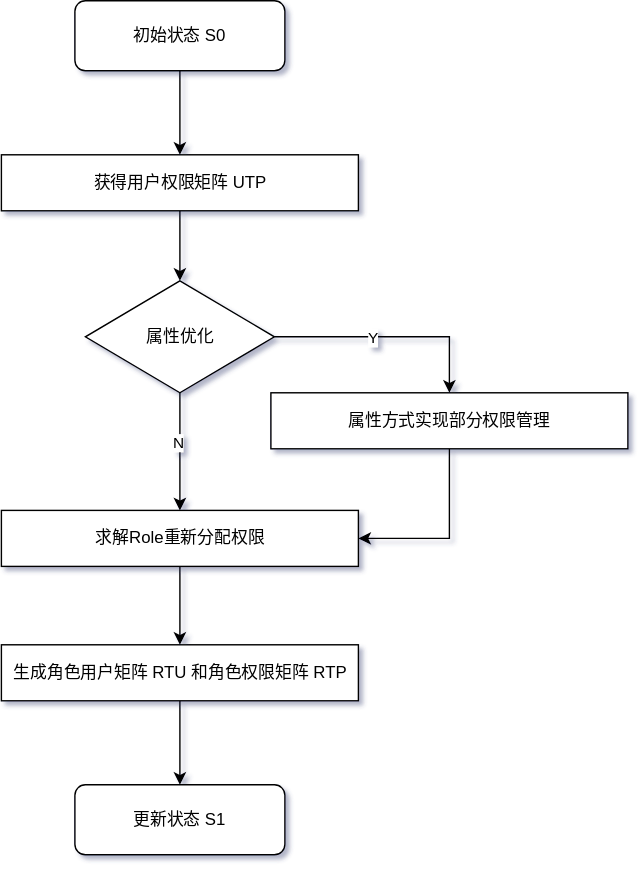
Above: 权限自适应优化.svg in Zr-2021/draw.io_folder (draw.io), before the change. Source tidied: cells renumbered, new cells last; positions are measured from the earlier drawing's top-left corner, leaving out a move shared by most shapes.
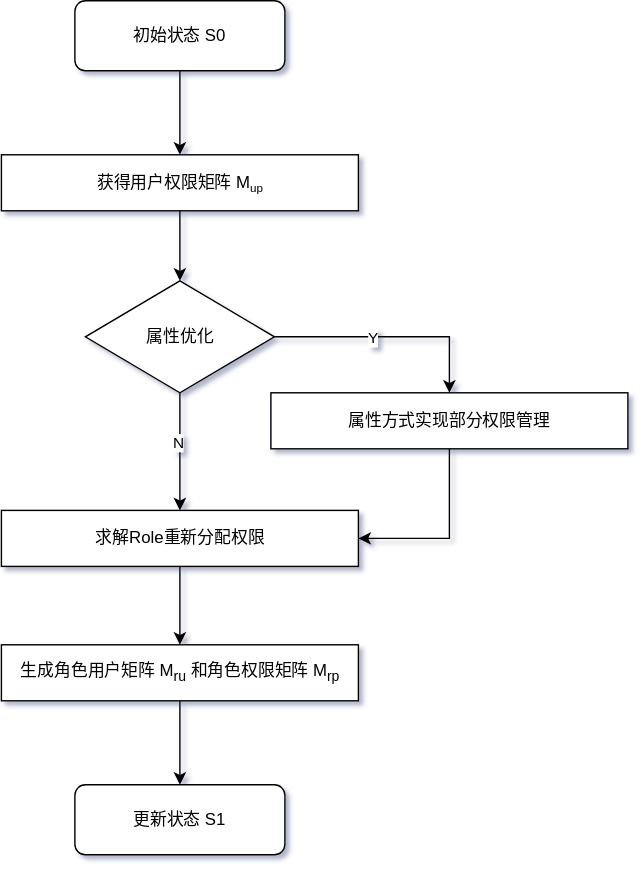
After the commit.

Commit message:
更新权限自适应优化.svg

Change to the diagram source:
```diff
@@ -14,7 +14,7 @@
     <mxCell id="5" style="edgeStyle=orthogonalEdgeStyle;rounded=0;jettySize=auto;html=1;exitX=0.5;exitY=1;exitDx=0;exitDy=0;entryX=0.5;entryY=0;entryDx=0;entryDy=0;" parent="1" edge="1" source="6" target="11">
       <mxGeometry relative="1" as="geometry" />
     </mxCell>
-    <mxCell id="6" value="获得用户权限矩阵 UTP" style="rounded=0;whiteSpace=wrap;html=1;" parent="1" vertex="1">
+    <mxCell id="6" value="获得用户权限矩阵 M&lt;span style=&quot;font-size: 10px;&quot;&gt;&lt;sub&gt;up&lt;/sub&gt;&lt;/span&gt;" style="rounded=0;whiteSpace=wrap;html=1;" parent="1" vertex="1">
       <mxGeometry x="-0.5" y="110" width="255" height="40" as="geometry" />
     </mxCell>
     <mxCell id="7" style="edgeStyle=orthogonalEdgeStyle;rounded=0;jettySize=auto;html=1;exitX=1;exitY=0.5;exitDx=0;exitDy=0;entryX=0.5;entryY=0;entryDx=0;entryDy=0;" parent="1" edge="1" source="11" target="13">
@@ -49,7 +49,7 @@
     <mxCell id="16" style="edgeStyle=orthogonalEdgeStyle;rounded=0;jettySize=auto;html=1;exitX=0.5;exitY=1;exitDx=0;exitDy=0;entryX=0.5;entryY=0;entryDx=0;entryDy=0;" parent="1" edge="1" source="17" target="4">
       <mxGeometry relative="1" as="geometry" />
     </mxCell>
-    <mxCell id="17" value="生成角色用户矩阵 RTU 和角色权限矩阵 RTP" style="rounded=0;whiteSpace=wrap;html=1;" parent="1" vertex="1">
+    <mxCell id="17" value="生成角色用户矩阵 M&lt;sub&gt;ru&lt;/sub&gt; 和角色权限矩阵 M&lt;sub&gt;rp&lt;/sub&gt;" style="rounded=0;whiteSpace=wrap;html=1;" parent="1" vertex="1">
       <mxGeometry x="-0.5" y="460" width="255" height="40" as="geometry" />
     </mxCell>
   </root>
```
